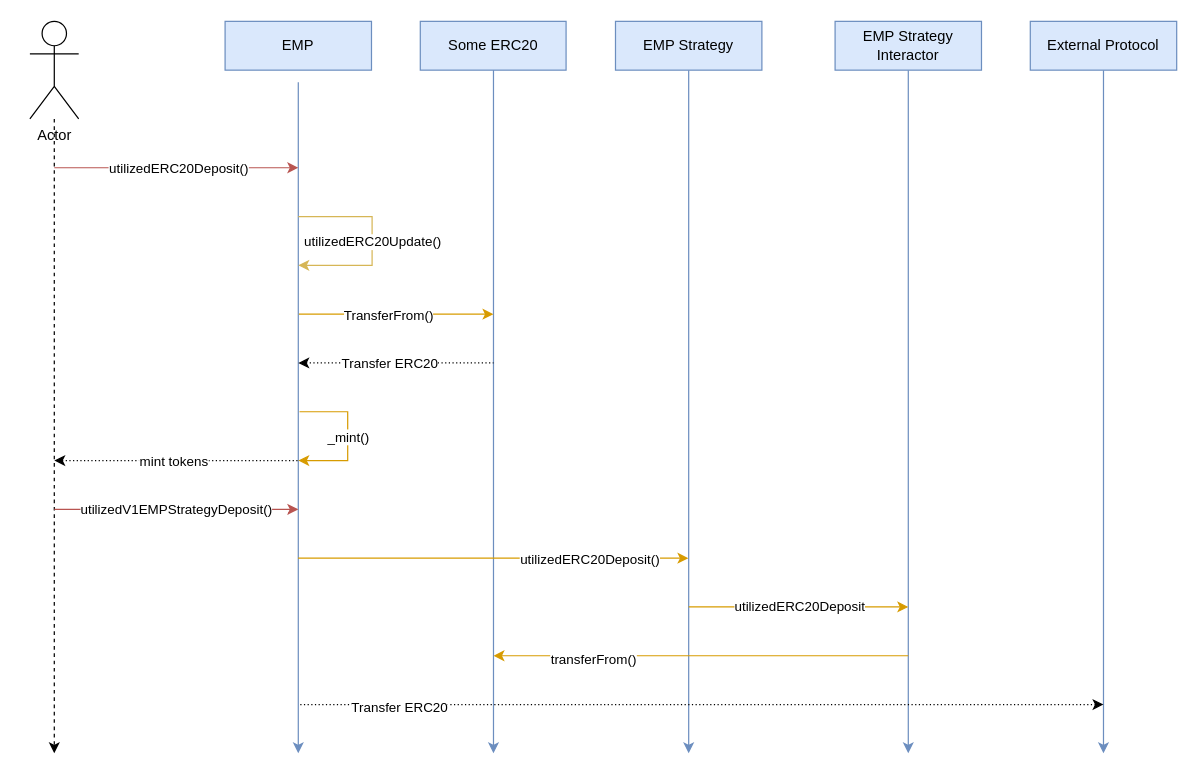
yield-sync/specifications keeps this draw.io diagram as v1-emp/diagrams/overview.drawio. Above is the earlier version. Source tidied: cells renumbered, new cells numbered last; positions are measured from the earlier drawing's top-left corner, leaving out a move shared by most shapes. Both pictures are drawn from the tidied source at 122%, with x=0, y=0 at pixel (29, 21).
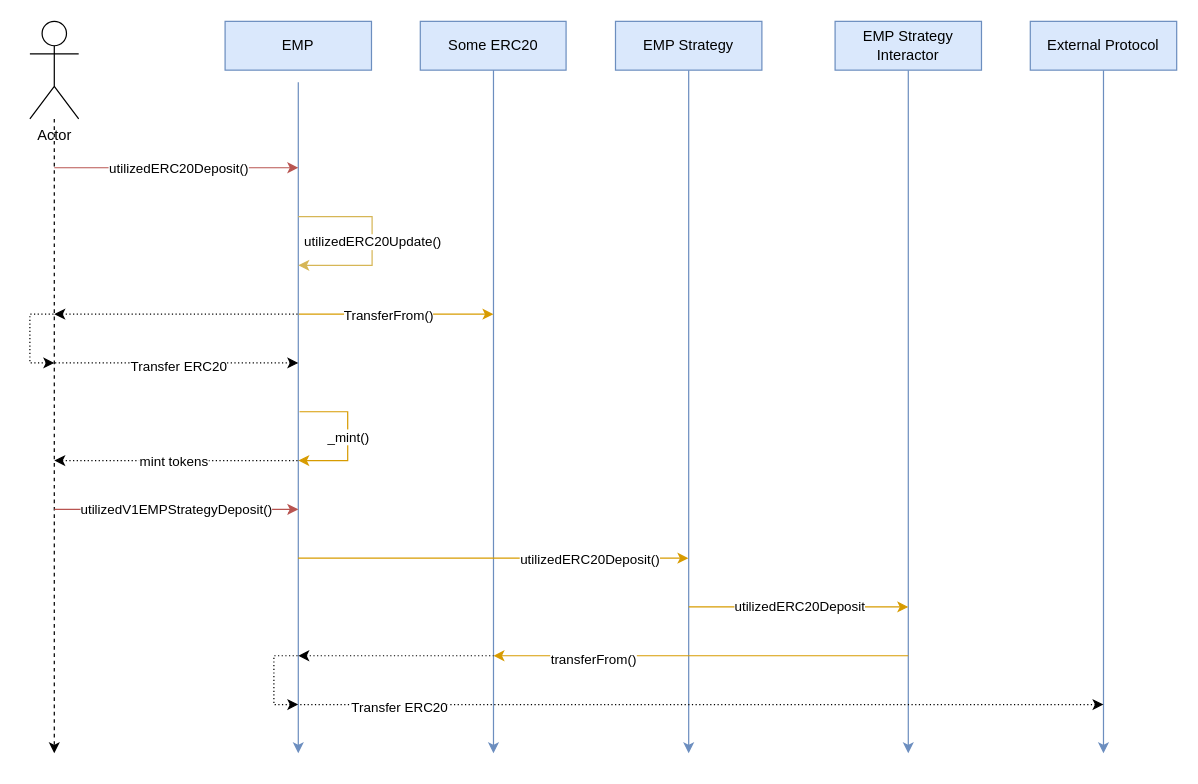
After the change.

Commit message:
Make correction and make ERC20 transfer more clear

What changed in the source:
```diff
@@
     <mxCell id="24" style="edgeStyle=orthogonalEdgeStyle;rounded=0;orthogonalLoop=1;jettySize=auto;html=1;endArrow=none;endFill=0;startArrow=classic;startFill=1;dashed=1;dashPattern=1 2;" parent="1" edge="1">
       <mxGeometry relative="1" as="geometry">
         <mxPoint x="220" y="280" as="sourcePoint" />
-        <mxPoint x="380" y="280" as="targetPoint" />
+        <mxPoint x="20" y="280" as="targetPoint" />
       </mxGeometry>
     </mxCell>
     <mxCell id="25" value="Transfer ERC20" style="edgeLabel;html=1;align=center;verticalAlign=middle;" parent="24" vertex="1">
       <mxGeometry x="0.17" y="1" relative="1" as="geometry">
-        <mxPoint x="-20" y="1" as="offset" />
+        <mxPoint x="18" y="1" as="offset" />
       </mxGeometry>
     </mxCell>
@@
+    <mxCell id="35" style="edgeStyle=orthogonalEdgeStyle;rounded=0;orthogonalLoop=1;jettySize=auto;html=1;endArrow=none;endFill=0;startArrow=classic;startFill=1;dashed=1;dashPattern=1 2;" parent="1" edge="1">
+      <mxGeometry relative="1" as="geometry">
+        <mxPoint x="20" y="240" as="sourcePoint" />
+        <mxPoint x="220" y="240" as="targetPoint" />
+      </mxGeometry>
+    </mxCell>
+    <mxCell id="36" style="edgeStyle=orthogonalEdgeStyle;rounded=0;orthogonalLoop=1;jettySize=auto;html=1;endArrow=none;endFill=0;startArrow=classic;startFill=1;dashed=1;dashPattern=1 2;" parent="1" edge="1">
+      <mxGeometry relative="1" as="geometry">
+        <mxPoint x="20" y="280" as="sourcePoint" />
+        <mxPoint x="20" y="240" as="targetPoint" />
+        <Array as="points">
+          <mxPoint y="280" />
+          <mxPoint y="240" />
+        </Array>
+      </mxGeometry>
+    </mxCell>
+    <mxCell id="37" style="edgeStyle=orthogonalEdgeStyle;rounded=0;orthogonalLoop=1;jettySize=auto;html=1;endArrow=none;endFill=0;startArrow=classic;startFill=1;dashed=1;dashPattern=1 2;" parent="1" edge="1">
+      <mxGeometry relative="1" as="geometry">
+        <mxPoint x="220" y="560" as="sourcePoint" />
+        <mxPoint x="220" y="520" as="targetPoint" />
+        <Array as="points">
+          <mxPoint x="200" y="560" />
+          <mxPoint x="200" y="520" />
+        </Array>
+      </mxGeometry>
+    </mxCell>
+    <mxCell id="38" style="edgeStyle=orthogonalEdgeStyle;rounded=0;orthogonalLoop=1;jettySize=auto;html=1;endArrow=none;endFill=0;startArrow=classic;startFill=1;dashed=1;dashPattern=1 2;" parent="1" edge="1">
+      <mxGeometry relative="1" as="geometry">
+        <mxPoint x="220" y="520" as="sourcePoint" />
+        <mxPoint x="380" y="520" as="targetPoint" />
+      </mxGeometry>
+    </mxCell>
```
